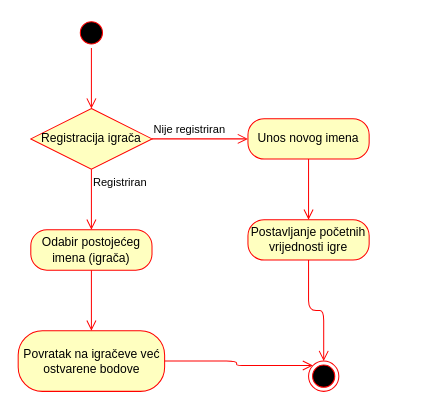
This is page "activity: Odabir igre" (3 of 5) of dijagram.drawio from ivanaher/2048, a draw.io file, before an edit. Source tidied: cells renumbered, new cells numbered last; positions are measured from the earlier drawing's top-left corner, leaving out a move shared by most shapes. Both pictures are drawn from the tidied source at 101%, with x=0, y=0 at pixel (17, 17).
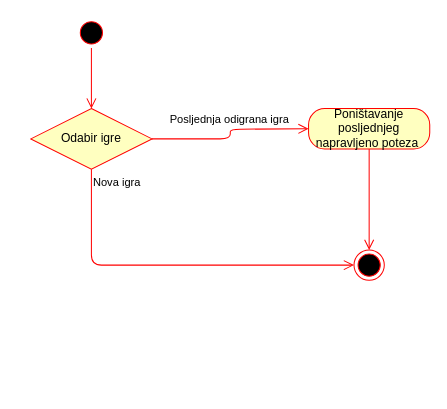
After the change.

Diff of the diagram source:
```diff
@@
 <mxGraphModel>
   <root>
     <mxCell id="0" />
     <mxCell id="1" parent="0" />
     <mxCell id="2" style="ellipse;html=1;shape=startState;fillColor=#000000;strokeColor=#ff0000;" parent="1" vertex="1">
       <mxGeometry x="58" width="30" height="30" as="geometry" />
     </mxCell>
     <mxCell id="3" style="edgeStyle=orthogonalEdgeStyle;html=1;verticalAlign=bottom;endArrow=open;endSize=8;strokeColor=#ff0000;" parent="1" edge="1" source="2">
       <mxGeometry relative="1" as="geometry">
         <mxPoint x="73" y="90" as="targetPoint" />
       </mxGeometry>
     </mxCell>
-    <mxCell id="4" value="Registracija igrača" style="rhombus;whiteSpace=wrap;html=1;fillColor=#ffffc0;strokeColor=#ff0000;" parent="1" vertex="1">
+    <mxCell id="4" value="Odabir igre" style="rhombus;whiteSpace=wrap;html=1;fillColor=#ffffc0;strokeColor=#ff0000;" parent="1" vertex="1">
       <mxGeometry x="13" y="90" width="120" height="60" as="geometry" />
     </mxCell>
-    <mxCell id="5" value="Nije registriran" style="edgeStyle=orthogonalEdgeStyle;html=1;align=left;verticalAlign=bottom;endArrow=open;endSize=8;strokeColor=#ff0000;" parent="1" edge="1" source="4">
-      <mxGeometry x="-1" relative="1" as="geometry">
-        <mxPoint x="228" y="120" as="targetPoint" />
+    <mxCell id="5" value="Posljednja odigrana igra" style="edgeStyle=orthogonalEdgeStyle;html=1;align=left;verticalAlign=bottom;endArrow=open;endSize=8;strokeColor=#ff0000;entryX=0;entryY=0.5;entryDx=0;entryDy=0;" parent="1" edge="1" source="4">
+      <mxGeometry x="-0.81" y="10" relative="1" as="geometry">
+        <mxPoint x="288" y="110" as="targetPoint" />
       </mxGeometry>
     </mxCell>
-    <mxCell id="6" value="Registriran" style="edgeStyle=orthogonalEdgeStyle;html=1;align=left;verticalAlign=top;endArrow=open;endSize=8;strokeColor=#ff0000;exitX=0.5;exitY=1;exitDx=0;exitDy=0;" parent="1" edge="1" source="4">
-      <mxGeometry x="-1" relative="1" as="geometry">
-        <mxPoint x="73" y="210" as="targetPoint" />
-      </mxGeometry>
+    <mxCell id="6" value="Nova igra" style="edgeStyle=orthogonalEdgeStyle;html=1;align=left;verticalAlign=top;endArrow=open;endSize=8;strokeColor=#ff0000;exitX=0.5;exitY=1;exitDx=0;exitDy=0;entryX=0;entryY=0.5;entryDx=0;entryDy=0;" parent="1" edge="1" source="4" target="16">
+      <mxGeometry x="-1" relative="1" as="geometry" />
     </mxCell>
-    <mxCell id="7" value="Odabir postojećeg imena (igrača)" style="rounded=1;whiteSpace=wrap;html=1;arcSize=40;fontColor=#000000;fillColor=#ffffc0;strokeColor=#ff0000;" parent="1" vertex="1">
-      <mxGeometry x="13" y="210" width="120" height="40" as="geometry" />
-    </mxCell>
-    <mxCell id="8" style="edgeStyle=orthogonalEdgeStyle;html=1;verticalAlign=bottom;endArrow=open;endSize=8;strokeColor=#ff0000;" parent="1" edge="1" source="7">
-      <mxGeometry relative="1" as="geometry">
-        <mxPoint x="73" y="310" as="targetPoint" />
-      </mxGeometry>
-    </mxCell>
-    <mxCell id="9" value="Unos novog imena" style="rounded=1;whiteSpace=wrap;html=1;arcSize=40;fontColor=#000000;fillColor=#ffffc0;strokeColor=#ff0000;" parent="1" vertex="1">
-      <mxGeometry x="228" y="100" width="120" height="40" as="geometry" />
-    </mxCell>
-    <mxCell id="10" style="edgeStyle=orthogonalEdgeStyle;html=1;verticalAlign=bottom;endArrow=open;endSize=8;strokeColor=#ff0000;" parent="1" edge="1" source="9">
-      <mxGeometry relative="1" as="geometry">
-        <mxPoint x="288" y="200" as="targetPoint" />
-      </mxGeometry>
-    </mxCell>
-    <mxCell id="11" value="Povratak na igračeve već ostvarene bodove" style="rounded=1;whiteSpace=wrap;html=1;arcSize=40;fontColor=#000000;fillColor=#ffffc0;strokeColor=#ff0000;" parent="1" vertex="1">
-      <mxGeometry x="0.5" y="310" width="145" height="60" as="geometry" />
-    </mxCell>
-    <mxCell id="12" style="edgeStyle=orthogonalEdgeStyle;html=1;verticalAlign=bottom;endArrow=open;endSize=8;strokeColor=#ff0000;entryX=0;entryY=0;entryDx=0;entryDy=0;" parent="1" edge="1" source="11" target="15">
-      <mxGeometry relative="1" as="geometry" />
-    </mxCell>
-    <mxCell id="13" value="Postavljanje početnih vrijednosti igre" style="rounded=1;whiteSpace=wrap;html=1;arcSize=40;fontColor=#000000;fillColor=#ffffc0;strokeColor=#ff0000;" parent="1" vertex="1">
-      <mxGeometry x="228" y="200" width="120" height="40" as="geometry" />
-    </mxCell>
-    <mxCell id="14" style="edgeStyle=orthogonalEdgeStyle;html=1;verticalAlign=bottom;endArrow=open;endSize=8;strokeColor=#ff0000;entryX=0.5;entryY=0;entryDx=0;entryDy=0;" parent="1" edge="1" source="13" target="15">
-      <mxGeometry relative="1" as="geometry" />
-    </mxCell>
-    <mxCell id="15" style="ellipse;html=1;shape=endState;fillColor=#000000;strokeColor=#ff0000;" parent="1" vertex="1">
-      <mxGeometry x="288" y="340" width="30" height="30" as="geometry" />
-    </mxCell>
+    <mxCell id="16" style="ellipse;html=1;shape=endState;fillColor=#000000;strokeColor=#ff0000;" parent="1" vertex="1">
+      <mxGeometry x="333" y="230" width="30" height="30" as="geometry" />
+    </mxCell>
+    <mxCell id="17" value="Poništavanje posljednjeg napravljeno poteza&amp;nbsp;" style="rounded=1;whiteSpace=wrap;html=1;arcSize=40;fontColor=#000000;fillColor=#ffffc0;strokeColor=#ff0000;" parent="1" vertex="1">
+      <mxGeometry x="288" y="90" width="120" height="40" as="geometry" />
+    </mxCell>
+    <mxCell id="18" style="edgeStyle=orthogonalEdgeStyle;html=1;verticalAlign=bottom;endArrow=open;endSize=8;strokeColor=#ff0000;" parent="1" edge="1" source="17" target="16">
+      <mxGeometry relative="1" as="geometry" />
+    </mxCell>
   </root>
 </mxGraphModel>
```
